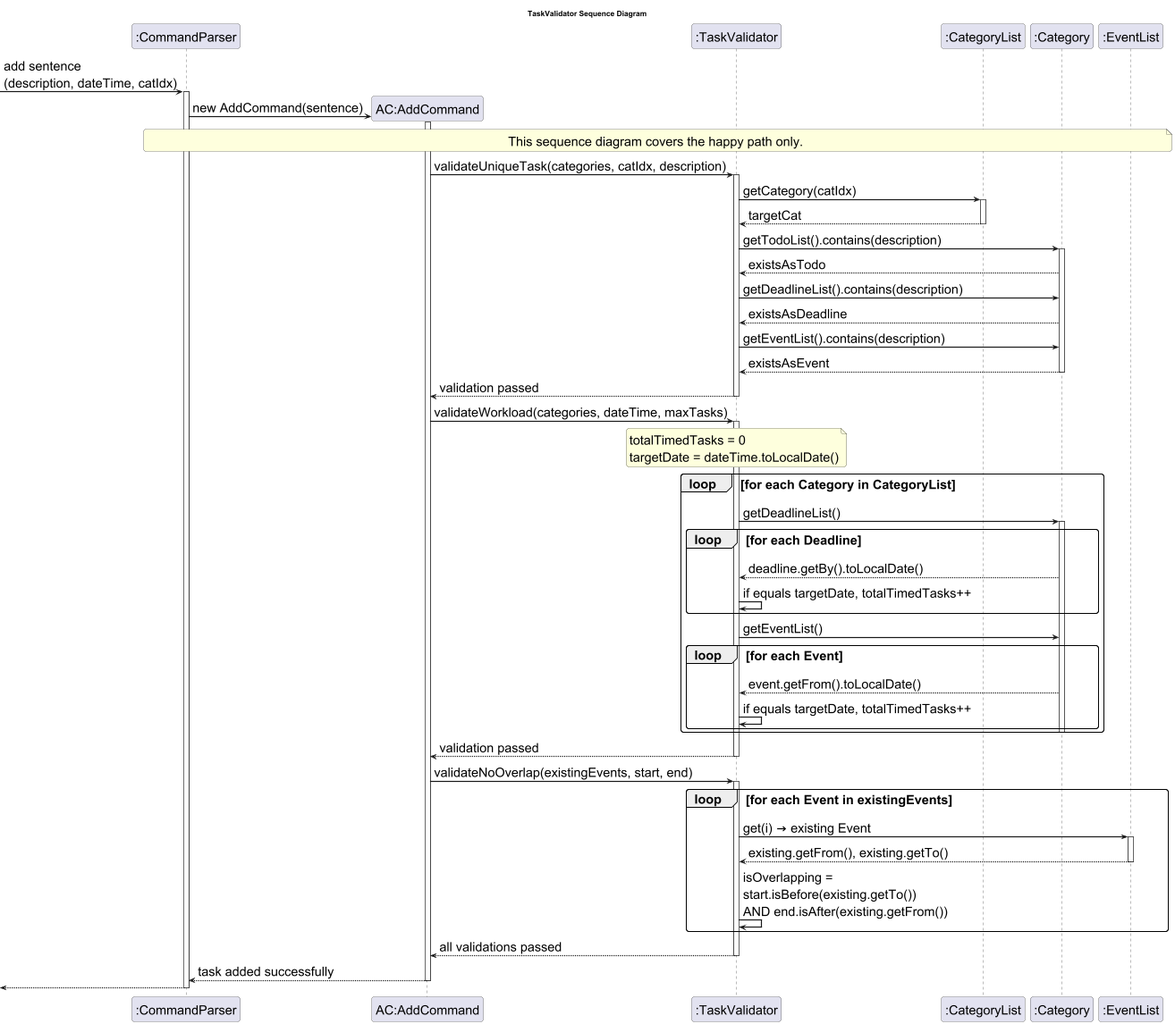
Above: docs/pictures/TaskValidatorSequence.png in AY2526S2-CS2113-T14-3/tp (PlantUML), before the change. Source of this version:
```plantuml
@startuml TaskValidatorSequenceDiagram


skinparam sequenceArrowThickness 2
skinparam roundcorner 10
skinparam DefaultFontSize 24
skinparam ArrowFontSize 24

title TaskValidator Sequence Diagram

participant ":CommandParser" as CP

-> CP : add sentence \n(description, dateTime, catIdx)
activate CP

create "AC:AddCommand" as AC
CP -> AC : new AddCommand(sentence)
activate AC

participant ":TaskValidator" as TV
participant ":CategoryList" as CL
participant ":Category" as CAT
participant ":EventList" as EL
note over CP,EL : This sequence diagram covers the happy path only.

AC -> TV : validateUniqueTask(categories, catIdx, description)
activate TV

TV -> CL : getCategory(catIdx)
activate CL
CL --> TV : targetCat
deactivate CL

TV -> CAT : getTodoList().contains(description)
activate CAT
CAT --> TV : existsAsTodo

TV -> CAT : getDeadlineList().contains(description)
CAT --> TV : existsAsDeadline

TV -> CAT : getEventList().contains(description)
CAT --> TV : existsAsEvent
deactivate CAT

TV --> AC : validation passed
deactivate TV

AC -> TV : validateWorkload(categories, dateTime, maxTasks)
activate TV

note over TV : totalTimedTasks = 0\ntargetDate = dateTime.toLocalDate()

loop for each Category in CategoryList
    TV -> CAT : getDeadlineList()
    activate CAT
    loop for each Deadline
        CAT --> TV : deadline.getBy().toLocalDate()
        TV -> TV : if equals targetDate, totalTimedTasks++
    end

    TV -> CAT : getEventList()
    loop for each Event
        CAT --> TV : event.getFrom().toLocalDate()
        TV -> TV : if equals targetDate, totalTimedTasks++
    end
    deactivate CAT
end

TV --> AC : validation passed
deactivate TV

AC -> TV : validateNoOverlap(existingEvents, start, end)
activate TV

loop for each Event in existingEvents
    TV -> EL : get(i) → existing Event
    activate EL
    EL --> TV : existing.getFrom(), existing.getTo()
    deactivate EL

    TV -> TV : isOverlapping =\nstart.isBefore(existing.getTo())\nAND end.isAfter(existing.getFrom())
end

TV --> AC : all validations passed
deactivate TV

AC --> CP : task added successfully
deactivate AC

<-- CP
deactivate CP

@enduml
```
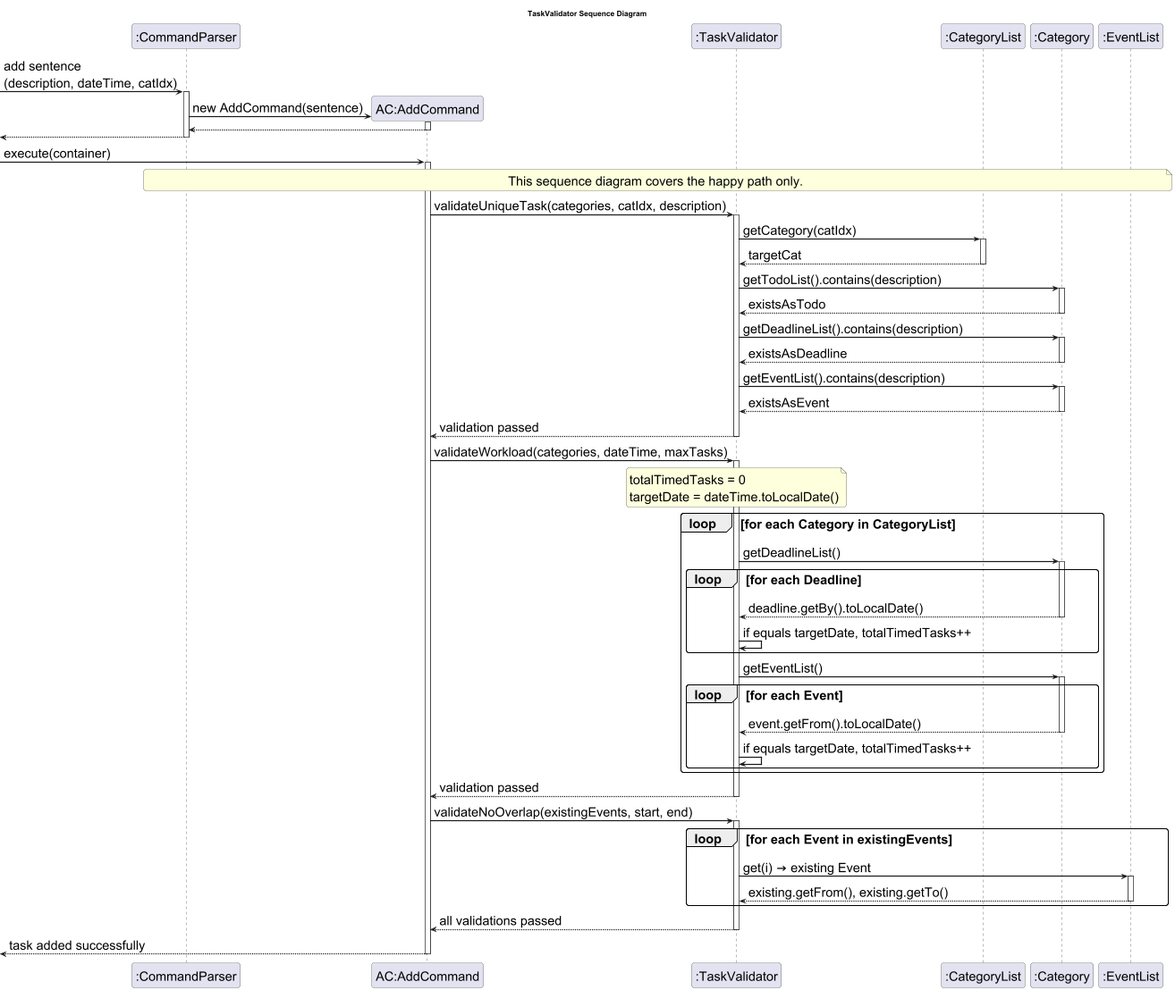
The same file after the commit.

The edit, as a diff of the source:
```diff
@@ -16,7 +16,14 @@
 create "AC:AddCommand" as AC
 CP -> AC : new AddCommand(sentence)
 activate AC
+AC --> CP
+deactivate AC
+<-- CP
+deactivate CP
 
+
+-> AC : execute(container)
+activate AC
 participant ":TaskValidator" as TV
 participant ":CategoryList" as CL
 participant ":Category" as CAT
@@ -34,11 +41,15 @@
 TV -> CAT : getTodoList().contains(description)
 activate CAT
 CAT --> TV : existsAsTodo
+deactivate CAT
 
 TV -> CAT : getDeadlineList().contains(description)
+activate CAT
 CAT --> TV : existsAsDeadline
+deactivate CAT
 
 TV -> CAT : getEventList().contains(description)
+activate CAT
 CAT --> TV : existsAsEvent
 deactivate CAT
 
@@ -55,12 +66,15 @@
     activate CAT
     loop for each Deadline
         CAT --> TV : deadline.getBy().toLocalDate()
+        deactivate CAT
         TV -> TV : if equals targetDate, totalTimedTasks++
     end
 
     TV -> CAT : getEventList()
+    activate CAT
     loop for each Event
         CAT --> TV : event.getFrom().toLocalDate()
+        deactivate CAT
         TV -> TV : if equals targetDate, totalTimedTasks++
     end
     deactivate CAT
@@ -77,17 +91,12 @@
     activate EL
     EL --> TV : existing.getFrom(), existing.getTo()
     deactivate EL
-
-    TV -> TV : isOverlapping =\nstart.isBefore(existing.getTo())\nAND end.isAfter(existing.getFrom())
 end
 
 TV --> AC : all validations passed
 deactivate TV
 
-AC --> CP : task added successfully
+ <-- AC : task added successfully
 deactivate AC
 
-<-- CP
-deactivate CP
-
 @enduml
```
